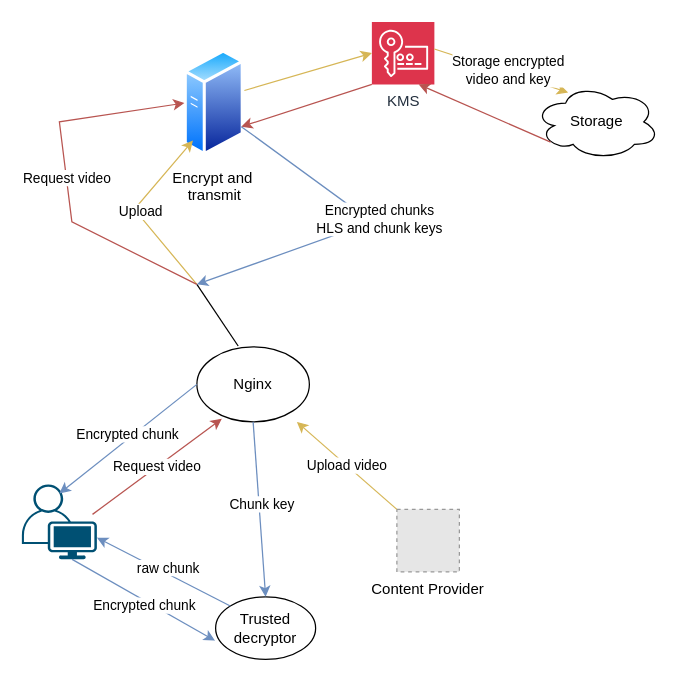
Above: Untitled Diagram.drawio in Nghia2123/Analyst-sort (draw.io), before the change. Source tidied: cells renumbered, new cells numbered last; positions are measured from the earlier drawing's top-left corner, leaving out a move shared by most shapes. Both pictures are drawn from the tidied source at 125%, with x=0, y=0 at pixel (21, 21). Pictures stored in the file or linked from it are replaced by grey dashed boxes.
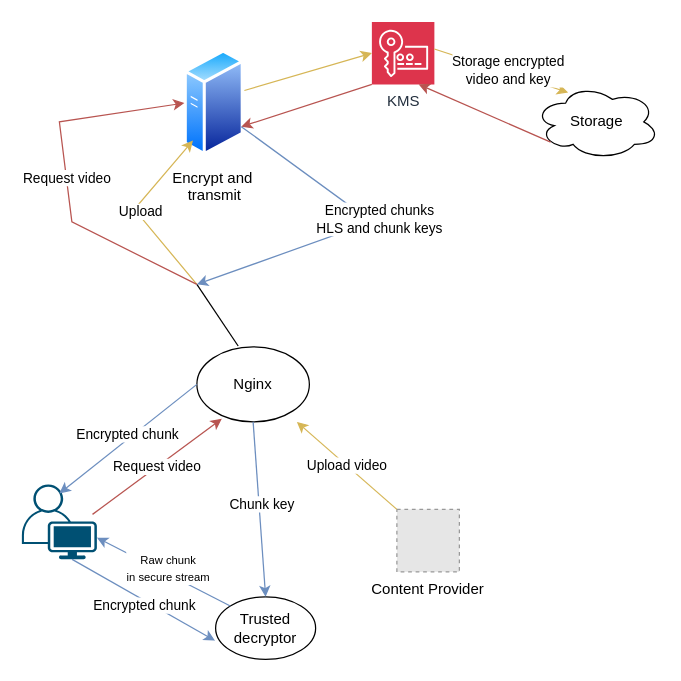
The same page after the edit.

The change refers to these unchanged cells:
```xml
<mxCell id="17" style="endArrow=classic;html=1;rounded=0;entryX=1;entryY=0.71;entryDx=0;entryDy=0;entryPerimeter=0;exitX=0;exitY=0;exitDx=0;exitDy=0;fillColor=#dae8fc;strokeColor=#6c8ebf;" parent="1" edge="1" source="14" target="10">
  <mxGeometry relative="1" as="geometry" />
</mxCell>
```

What changed in the source:
```diff
@@
-    <mxCell id="18" value="raw chunk" style="edgeLabel;html=1;align=center;verticalAlign=middle;" parent="17" vertex="1">
+    <mxCell id="18" value="&lt;font style=&quot;font-size: 9px;&quot;&gt;Raw chunk&lt;br&gt;in secure stream&lt;/font&gt;" style="edgeLabel;html=1;align=center;verticalAlign=middle;" parent="17" vertex="1">
       <mxGeometry x="-0.01" y="-4" relative="1" as="geometry" />
     </mxCell>
```
